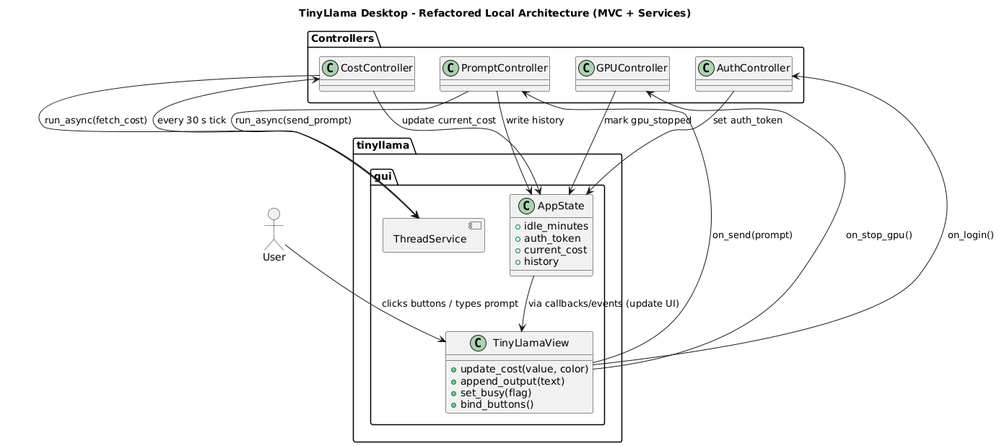
Before: 05_docs/02_architecture/Python_Desktop/UMLDiagram.png, a diagram exported from PlantUML (RusbehAbtahi/Aistratus). Its diagram source:
```plantuml
@startuml
allowmixing
title TinyLlama Desktop - Refactored Local Architecture (MVC + Services)

actor User

package "tinyllama.gui" {
  class TinyLlamaView {
    +update_cost(value, color)
    +append_output(text)
    +set_busy(flag)
    +bind_buttons()
  }

  class AppState {
    +idle_minutes
    +auth_token
    +current_cost
    +history
  }

  component ThreadService
}

package "Controllers" {
  class PromptController
  class GPUController
  class CostController
  class AuthController
}

User --> TinyLlamaView : clicks buttons / types prompt

TinyLlamaView --> PromptController : on_send(prompt)
TinyLlamaView --> GPUController : on_stop_gpu()
ThreadService --> CostController : every 30 s tick
TinyLlamaView --> AuthController : on_login()

PromptController --> ThreadService : run_async(send_prompt)
CostController --> ThreadService : run_async(fetch_cost)

PromptController --> AppState : write history
CostController --> AppState : update current_cost
AuthController --> AppState : set auth_token
GPUController --> AppState : mark gpu_stopped

AppState --> TinyLlamaView : via callbacks/events (update UI)
@enduml
```
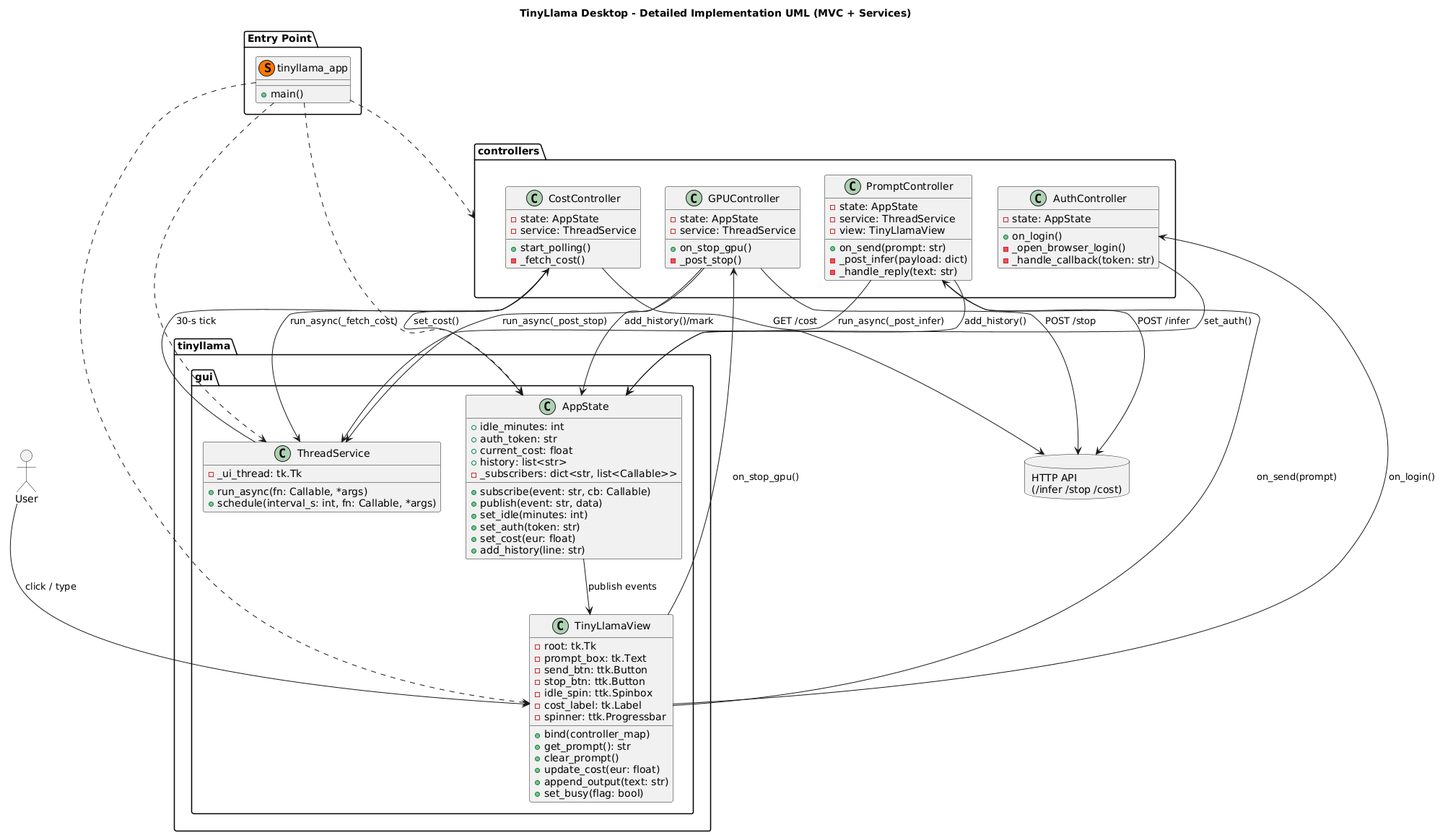
Later version of the same file.

What changed in the source:
```diff
@@ -1,48 +1,110 @@
 @startuml
 allowmixing
-title TinyLlama Desktop - Refactored Local Architecture (MVC + Services)
+title TinyLlama Desktop - Detailed Implementation UML (MVC + Services)
 
 actor User
+database "HTTP API\n(/infer /stop /cost)" as API
 
 package "tinyllama.gui" {
   class TinyLlamaView {
-    +update_cost(value, color)
-    +append_output(text)
-    +set_busy(flag)
-    +bind_buttons()
+    - root: tk.Tk
+    - prompt_box: tk.Text
+    - send_btn: ttk.Button
+    - stop_btn: ttk.Button
+    - idle_spin: ttk.Spinbox
+    - cost_label: tk.Label
+    - spinner: ttk.Progressbar
+    + bind(controller_map)
+    + get_prompt(): str
+    + clear_prompt()
+    + update_cost(eur: float)
+    + append_output(text: str)
+    + set_busy(flag: bool)
   }
 
   class AppState {
-    +idle_minutes
-    +auth_token
-    +current_cost
-    +history
+    + idle_minutes: int
+    + auth_token: str
+    + current_cost: float
+    + history: list<str>
+    - _subscribers: dict<str, list<Callable>>
+    + subscribe(event: str, cb: Callable)
+    + publish(event: str, data)
+    + set_idle(minutes: int)
+    + set_auth(token: str)
+    + set_cost(eur: float)
+    + add_history(line: str)
   }
 
-  component ThreadService
+  class ThreadService {
+    - _ui_thread: tk.Tk
+    + run_async(fn: Callable, *args)
+    + schedule(interval_s: int, fn: Callable, *args)
+  }
 }
 
-package "Controllers" {
-  class PromptController
-  class GPUController
-  class CostController
-  class AuthController
+package "controllers" {
+  class PromptController {
+    - state: AppState
+    - service: ThreadService
+    - view: TinyLlamaView
+    + on_send(prompt: str)
+    - _post_infer(payload: dict)
+    - _handle_reply(text: str)
+  }
+
+  class GPUController {
+    - state: AppState
+    - service: ThreadService
+    + on_stop_gpu()
+    - _post_stop()
+  }
+
+  class CostController {
+    - state: AppState
+    - service: ThreadService
+    + start_polling()
+    - _fetch_cost()
+  }
+
+  class AuthController {
+    - state: AppState
+    + on_login()
+    - _open_browser_login()
+    - _handle_callback(token: str)
+  }
 }
 
-User --> TinyLlamaView : clicks buttons / types prompt
+folder "Entry Point" {
+  class tinyllama_app <<(S,#FF7700)>> {
+    + main()
+  }
+}
 
+User --> TinyLlamaView : click / type
 TinyLlamaView --> PromptController : on_send(prompt)
-TinyLlamaView --> GPUController : on_stop_gpu()
-ThreadService --> CostController : every 30 s tick
-TinyLlamaView --> AuthController : on_login()
+TinyLlamaView --> GPUController    : on_stop_gpu()
+TinyLlamaView --> AuthController   : on_login()
 
-PromptController --> ThreadService : run_async(send_prompt)
-CostController --> ThreadService : run_async(fetch_cost)
+ThreadService --> CostController : 30-s tick
 
-PromptController --> AppState : write history
-CostController --> AppState : update current_cost
-AuthController --> AppState : set auth_token
-GPUController --> AppState : mark gpu_stopped
+PromptController --> ThreadService : run_async(_post_infer)
+CostController   --> ThreadService : run_async(_fetch_cost)
+GPUController    --> ThreadService : run_async(_post_stop)
 
-AppState --> TinyLlamaView : via callbacks/events (update UI)
+PromptController --> API : POST /infer
+GPUController    --> API : POST /stop
+CostController   --> API : GET /cost
+
+PromptController --> AppState : add_history()
+GPUController    --> AppState : add_history()/mark
+CostController   --> AppState : set_cost()
+AuthController   --> AppState : set_auth()
+
+AppState --> TinyLlamaView : publish events
+
+tinyllama_app .down.> TinyLlamaView
+tinyllama_app .down.> AppState
+tinyllama_app .down.> ThreadService
+tinyllama_app .down.> controllers
 @enduml
```
